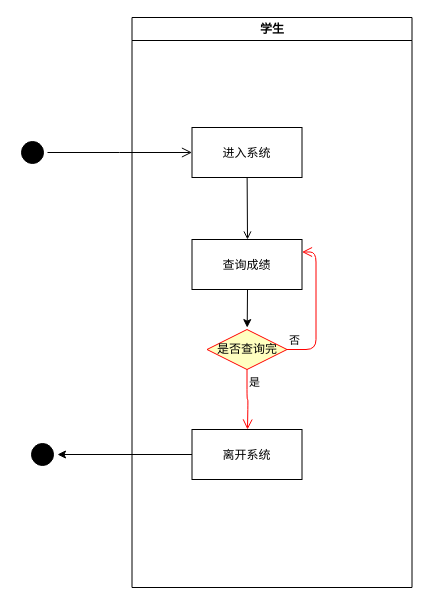
Above: 体测成绩查询业务流程图.drawio in peiyusi/SportsGradeDraw.io (draw.io), before the change. Source tidied: cells renumbered, new cells numbered last; positions are measured from the earlier drawing's top-left corner, leaving out a move shared by most shapes. Both pictures are drawn from the tidied source at 100%, with x=0, y=0 at pixel (17, 17).
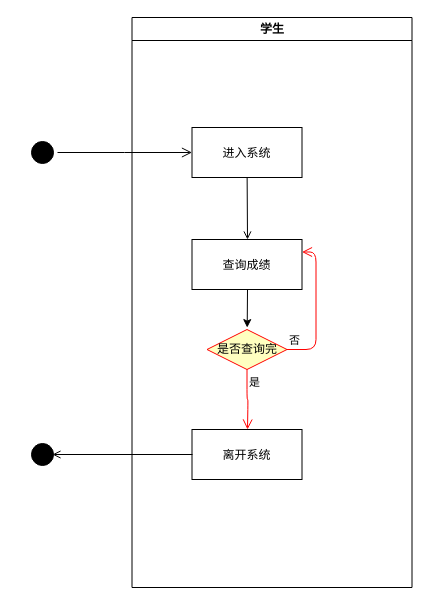
Above is the later version.

Commit message:
更新体测成绩查询业务流程图.drawio

The edit, as a diff of the source:
```diff
@@
 <mxGraphModel background="#ffffff">
   <root>
     <mxCell id="0" />
     <mxCell id="1" parent="0" />
     <mxCell id="2" value="学生" style="swimlane;whiteSpace=wrap;" parent="1" vertex="1">
       <mxGeometry x="114.5" width="280" height="570" as="geometry" />
     </mxCell>
     <mxCell id="3" value="进入系统" parent="2" vertex="1">
       <mxGeometry x="60" y="110" width="110" height="50" as="geometry" />
     </mxCell>
     <mxCell id="4" style="endArrow=open;strokeColor=#000000;endFill=1;rounded=0;" parent="2" edge="1" source="3">
       <mxGeometry relative="1" as="geometry">
         <mxPoint x="115.5" y="222" as="targetPoint" />
       </mxGeometry>
     </mxCell>
     <mxCell id="5" value="离开系统" parent="2" vertex="1">
       <mxGeometry x="60" y="412" width="110" height="50" as="geometry" />
     </mxCell>
     <mxCell id="6" value="查询成绩" parent="2" vertex="1">
       <mxGeometry x="60" y="222" width="110" height="50" as="geometry" />
     </mxCell>
     <mxCell id="7" style="endArrow=classic;html=1;strokeColor=#000000;" parent="2" edge="1">
       <mxGeometry relative="1" as="geometry">
         <mxPoint x="115.5" y="272" as="sourcePoint" />
         <mxPoint x="115.2" y="310.1" as="targetPoint" />
       </mxGeometry>
     </mxCell>
     <mxCell id="8" value="是否查询完" style="rhombus;whiteSpace=wrap;html=1;fillColor=#ffffc0;strokeColor=#ff0000;" parent="2" vertex="1">
       <mxGeometry x="75" y="312" width="80" height="40" as="geometry" />
     </mxCell>
     <mxCell id="9" value="否" style="edgeStyle=orthogonalEdgeStyle;html=1;align=left;verticalAlign=bottom;endArrow=open;endSize=8;strokeColor=#ff0000;entryX=1;entryY=0.25;entryDx=0;entryDy=0;" parent="2" edge="1" source="8" target="6">
       <mxGeometry x="-1" relative="1" as="geometry">
         <Array as="points">
           <mxPoint x="184" y="332" />
           <mxPoint x="184" y="235" />
         </Array>
       </mxGeometry>
     </mxCell>
     <mxCell id="10" value="是" style="edgeStyle=orthogonalEdgeStyle;html=1;align=left;verticalAlign=top;endArrow=open;endSize=8;strokeColor=#ff0000;" parent="2" edge="1" source="8">
       <mxGeometry x="-1" relative="1" as="geometry">
         <mxPoint x="115.5" y="412" as="targetPoint" />
       </mxGeometry>
     </mxCell>
     <mxCell id="11" style="ellipse;shape=startState;fillColor=#000000;strokeColor=#000000;" parent="1" vertex="1">
-      <mxGeometry y="120" width="30" height="30" as="geometry" />
+      <mxGeometry x="10" y="120" width="30" height="30" as="geometry" />
     </mxCell>
     <mxCell id="12" style="edgeStyle=elbowEdgeStyle;elbow=horizontal;verticalAlign=bottom;endArrow=open;endSize=8;strokeColor=#000000;endFill=1;rounded=0;" parent="1" edge="1" source="11" target="3">
       <mxGeometry x="264.5" y="168" as="geometry" />
     </mxCell>
     <mxCell id="13" style="ellipse;shape=startState;fillColor=#000000;strokeColor=#000000;" parent="1" vertex="1">
       <mxGeometry x="10" y="422" width="30" height="30" as="geometry" />
     </mxCell>
-    <mxCell id="14" style="endArrow=classic;html=1;strokeColor=#000000;entryX=1;entryY=0.5;entryDx=0;entryDy=0;exitX=0;exitY=0.5;exitDx=0;exitDy=0;" parent="1" edge="1" source="5" target="13">
-      <mxGeometry relative="1" as="geometry" />
-    </mxCell>
+    <mxCell id="15" style="endArrow=open;html=1;rounded=0;endFill=0;" parent="1" edge="1">
+      <mxGeometry relative="1" as="geometry">
+        <mxPoint x="175" y="437" as="sourcePoint" />
+        <mxPoint x="35" y="437" as="targetPoint" />
+      </mxGeometry>
+    </mxCell>
   </root>
 </mxGraphModel>
```
